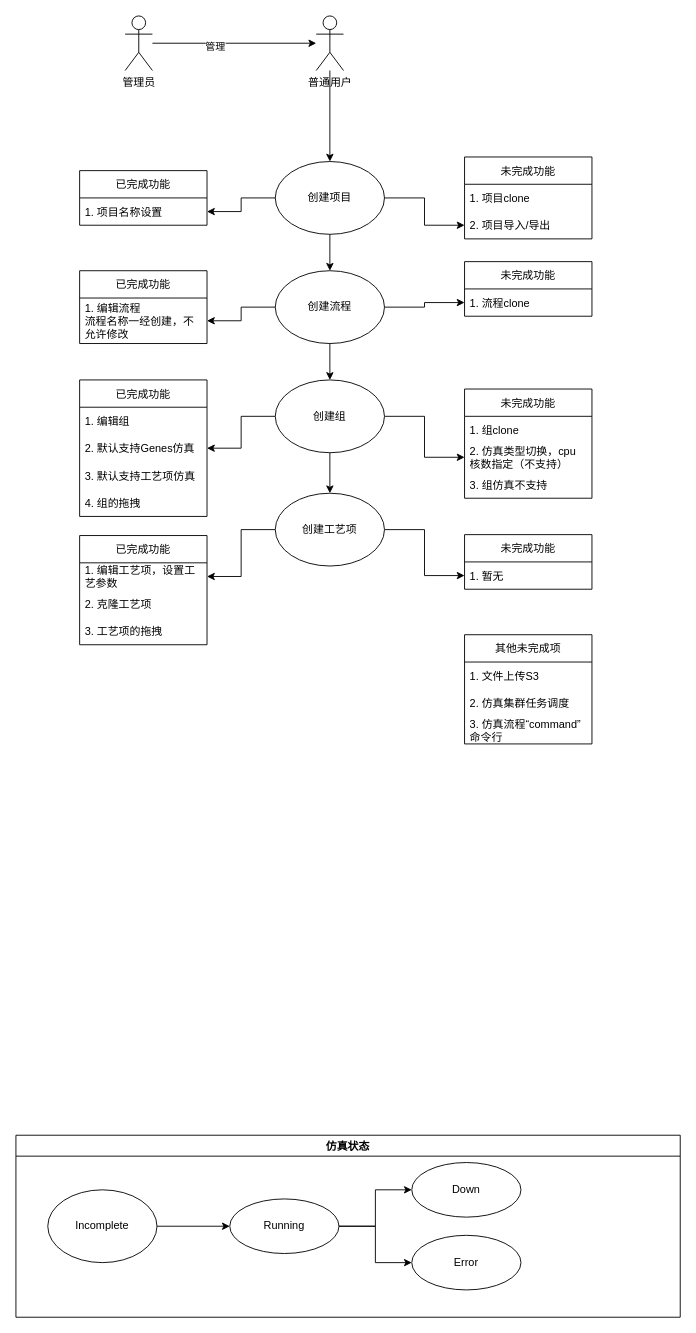
This is doc/Untitled Diagram.drawio from yezhen701/webservice-demo, a draw.io file, before an edit. Source tidied: cells renumbered, new cells numbered last; positions are measured from the earlier drawing's top-left corner, leaving out a move shared by most shapes. Both pictures are drawn from the tidied source at 91%, with x=0, y=0 at pixel (15, 15).
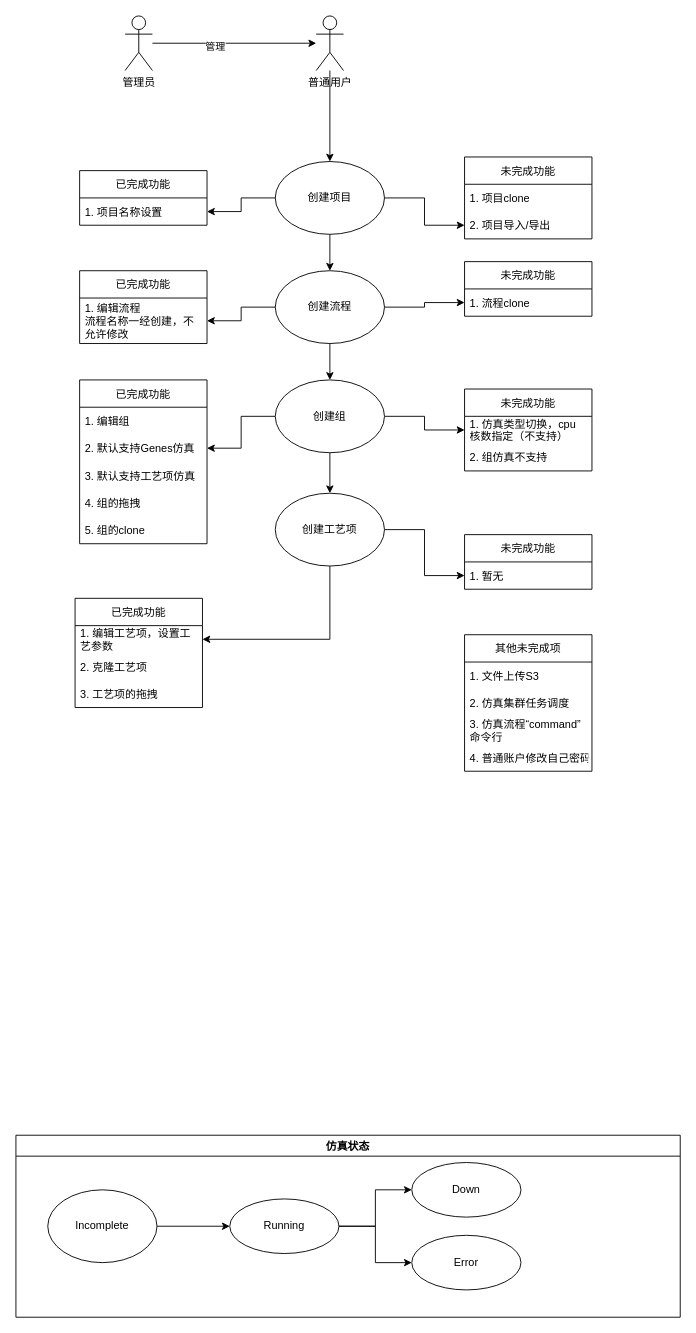
The same diagram, later.

The edit, as a diff of the source:
```diff
@@
     <mxCell id="31" value="已完成功能" style="swimlane;fontStyle=0;horizontal=1;startSize=30;" parent="1" vertex="1">
-      <mxGeometry x="70" y="400" width="140" height="150" as="geometry" />
+      <mxGeometry x="70" y="400" width="140" height="180" as="geometry" />
     </mxCell>
@@
+    <mxCell id="58" value="4. 组的拖拽" style="text;strokeColor=none;fillColor=none;align=left;verticalAlign=middle;spacingLeft=4;spacingRight=4;overflow=hidden;" parent="31" vertex="1">
+      <mxGeometry y="120" width="140" height="30" as="geometry" />
+    </mxCell>
-    <mxCell id="35" value="4. 组的拖拽" style="text;strokeColor=none;fillColor=none;align=left;verticalAlign=middle;spacingLeft=4;spacingRight=4;overflow=hidden;" parent="31" vertex="1">
-      <mxGeometry y="120" width="140" height="30" as="geometry" />
+    <mxCell id="35" value="5. 组的clone" style="text;strokeColor=none;fillColor=none;align=left;verticalAlign=middle;spacingLeft=4;spacingRight=4;overflow=hidden;" parent="31" vertex="1">
+      <mxGeometry y="150" width="140" height="30" as="geometry" />
     </mxCell>
     <mxCell id="36" value="未完成功能" style="swimlane;fontStyle=0;horizontal=1;startSize=30;" parent="1" vertex="1">
-      <mxGeometry x="493" y="410" width="140" height="120" as="geometry" />
+      <mxGeometry x="493" y="410" width="140" height="90" as="geometry" />
     </mxCell>
-    <mxCell id="37" value="1. 组clone" style="text;strokeColor=none;fillColor=none;align=left;verticalAlign=middle;spacingLeft=4;spacingRight=4;overflow=hidden;" parent="36" vertex="1">
-      <mxGeometry y="30" width="140" height="30" as="geometry" />
-    </mxCell>
-    <mxCell id="38" value="2. 仿真类型切换，cpu&#10;核数指定（不支持）" style="text;strokeColor=none;fillColor=none;align=left;verticalAlign=middle;spacingLeft=4;spacingRight=4;overflow=hidden;points=[[0,0.5],[1,0.5]];portConstraint=eastwest;" parent="36" vertex="1">
-      <mxGeometry y="60" width="140" height="30" as="geometry" />
+    <mxCell id="38" value="1. 仿真类型切换，cpu&#10;核数指定（不支持）" style="text;strokeColor=none;fillColor=none;align=left;verticalAlign=middle;spacingLeft=4;spacingRight=4;overflow=hidden;points=[[0,0.5],[1,0.5]];portConstraint=eastwest;" parent="36" vertex="1">
+      <mxGeometry y="30" width="140" height="30" as="geometry" />
     </mxCell>
-    <mxCell id="39" value="3. 组仿真不支持" style="text;strokeColor=none;fillColor=none;align=left;verticalAlign=middle;spacingLeft=4;spacingRight=4;overflow=hidden;" parent="36" vertex="1">
-      <mxGeometry y="90" width="140" height="30" as="geometry" />
+    <mxCell id="39" value="2. 组仿真不支持" style="text;strokeColor=none;fillColor=none;align=left;verticalAlign=middle;spacingLeft=4;spacingRight=4;overflow=hidden;" parent="36" vertex="1">
+      <mxGeometry y="60" width="140" height="30" as="geometry" />
     </mxCell>
     <mxCell id="40" value="已完成功能" style="swimlane;fontStyle=0;horizontal=1;startSize=30;" parent="1" vertex="1">
-      <mxGeometry x="70" y="571" width="140" height="120" as="geometry" />
+      <mxGeometry x="65" y="640" width="140" height="120" as="geometry" />
     </mxCell>
@@
     <mxCell id="46" value="其他未完成项" style="swimlane;fontStyle=0;horizontal=1;startSize=30;" parent="1" vertex="1">
-      <mxGeometry x="493" y="680" width="140" height="120" as="geometry" />
+      <mxGeometry x="493" y="680" width="140" height="150" as="geometry" />
     </mxCell>
@@
+    <mxCell id="59" value="4. 普通账户修改自己密码" style="text;strokeColor=none;fillColor=none;align=left;verticalAlign=middle;spacingLeft=4;spacingRight=4;overflow=hidden;" parent="46" vertex="1">
+      <mxGeometry y="120" width="140" height="30" as="geometry" />
+    </mxCell>
```
